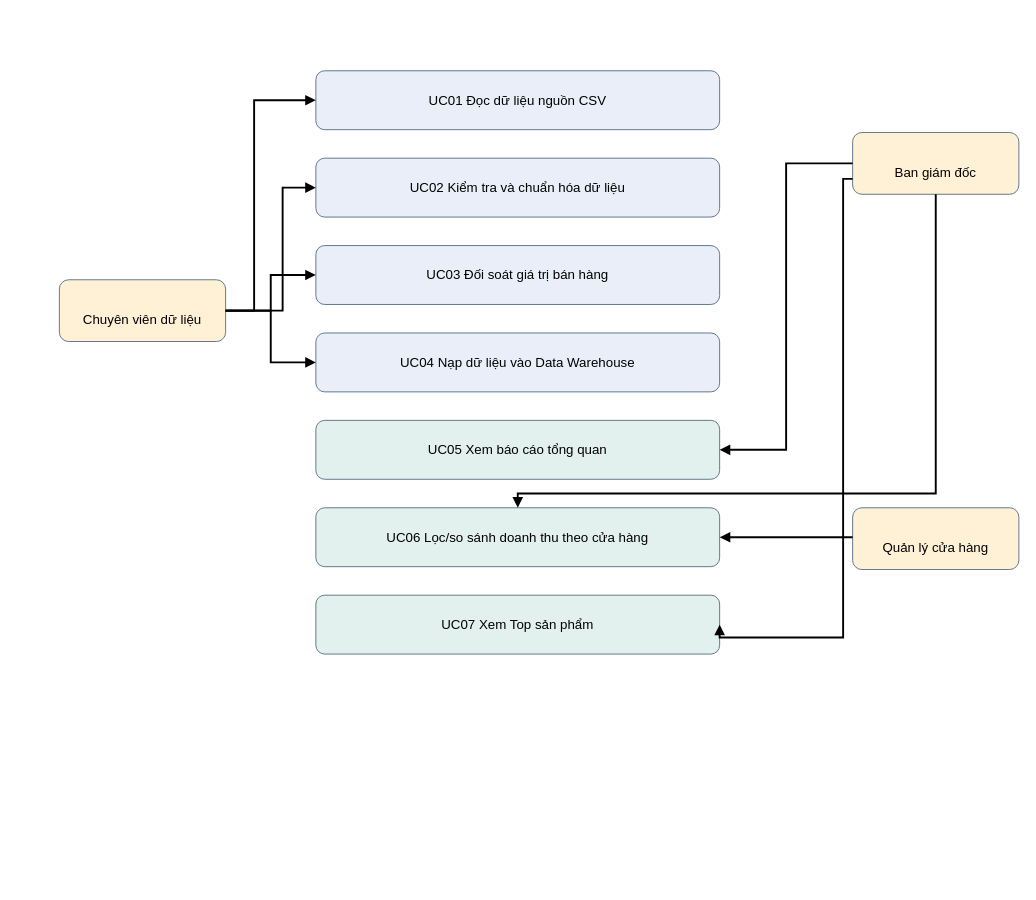
This is docs/usecase.drawio from legiahuy12052005nt-cloud/cdtn1_LeGiaHuy_L6, a draw.io file, before an edit. Source tidied: cells renumbered, new cells numbered last; positions are measured from the earlier drawing's top-left corner, leaving out a move shared by most shapes. Both pictures are drawn from the tidied source at 95%, with x=0, y=0 at pixel (59, 70).
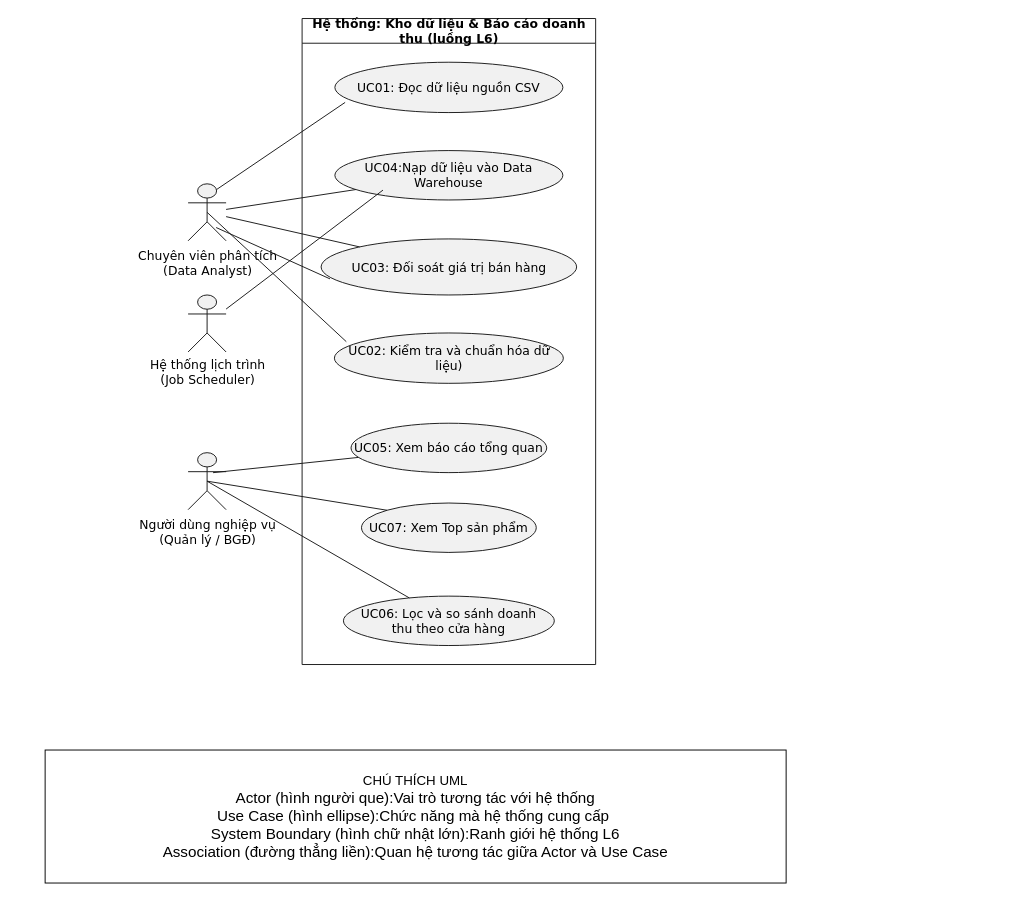
After the change.

Commit message (it also covers changes not shown here):
docs: Hoàn thiện sơ đồ Star Schema, Use Case và Data Flow theo góp ý giảng viên

Diff of the diagram source:
```diff
@@
-    <mxCell id="2" value="&lt;br&gt;Chuyên viên dữ liệu" style="rounded=1;whiteSpace=wrap;html=1;fillColor=#fff1d6;strokeColor=#5e7386;fontSize=14;align=center;verticalAlign=middle;" parent="1" vertex="1">
-      <mxGeometry y="220" width="175" height="65" as="geometry" />
-    </mxCell>
-    <mxCell id="3" value="&lt;br&gt;Ban giám đốc" style="rounded=1;whiteSpace=wrap;html=1;fillColor=#fff1d6;strokeColor=#5e7386;fontSize=14;align=center;verticalAlign=middle;" parent="1" vertex="1">
-      <mxGeometry x="835" y="65" width="175" height="65" as="geometry" />
-    </mxCell>
-    <mxCell id="4" value="&lt;br&gt;Quản lý cửa hàng" style="rounded=1;whiteSpace=wrap;html=1;fillColor=#fff1d6;strokeColor=#5e7386;fontSize=14;align=center;verticalAlign=middle;" parent="1" vertex="1">
-      <mxGeometry x="835" y="460" width="175" height="65" as="geometry" />
-    </mxCell>
-    <mxCell id="5" value="UC01 Đọc dữ liệu nguồn CSV" style="rounded=1;whiteSpace=wrap;html=1;fillColor=#e9eef8;strokeColor=#5e7386;fontSize=14;align=center;verticalAlign=middle;" parent="1" vertex="1">
-      <mxGeometry x="270" width="425" height="62" as="geometry" />
-    </mxCell>
-    <mxCell id="6" value="UC02 Kiểm tra và chuẩn hóa dữ liệu" style="rounded=1;whiteSpace=wrap;html=1;fillColor=#e9eef8;strokeColor=#5e7386;fontSize=14;align=center;verticalAlign=middle;" parent="1" vertex="1">
-      <mxGeometry x="270" y="92" width="425" height="62" as="geometry" />
-    </mxCell>
-    <mxCell id="7" value="UC03 Đối soát giá trị bán hàng" style="rounded=1;whiteSpace=wrap;html=1;fillColor=#e9eef8;strokeColor=#5e7386;fontSize=14;align=center;verticalAlign=middle;" parent="1" vertex="1">
-      <mxGeometry x="270" y="184" width="425" height="62" as="geometry" />
-    </mxCell>
-    <mxCell id="8" value="UC04 Nạp dữ liệu vào Data Warehouse" style="rounded=1;whiteSpace=wrap;html=1;fillColor=#e9eef8;strokeColor=#5e7386;fontSize=14;align=center;verticalAlign=middle;" parent="1" vertex="1">
-      <mxGeometry x="270" y="276" width="425" height="62" as="geometry" />
-    </mxCell>
-    <mxCell id="9" value="UC05 Xem báo cáo tổng quan" style="rounded=1;whiteSpace=wrap;html=1;fillColor=#e2f1ed;strokeColor=#5e7386;fontSize=14;align=center;verticalAlign=middle;" parent="1" vertex="1">
-      <mxGeometry x="270" y="368" width="425" height="62" as="geometry" />
-    </mxCell>
-    <mxCell id="10" value="UC06 Lọc/so sánh doanh thu theo cửa hàng" style="rounded=1;whiteSpace=wrap;html=1;fillColor=#e2f1ed;strokeColor=#5e7386;fontSize=14;align=center;verticalAlign=middle;" parent="1" vertex="1">
-      <mxGeometry x="270" y="460" width="425" height="62" as="geometry" />
-    </mxCell>
-    <mxCell id="11" value="UC07 Xem Top sản phẩm" style="rounded=1;whiteSpace=wrap;html=1;fillColor=#e2f1ed;strokeColor=#5e7386;fontSize=14;align=center;verticalAlign=middle;" parent="1" vertex="1">
-      <mxGeometry x="270" y="552" width="425" height="62" as="geometry" />
-    </mxCell>
-    <mxCell id="12" style="endArrow=block;html=1;rounded=0;strokeWidth=2;edgeStyle=orthogonalEdgeStyle;fontSize=11;" parent="1" edge="1" source="2" target="5">
-      <mxGeometry relative="1" as="geometry">
-        <Array as="points">
-          <mxPoint x="205" y="252.5" />
-          <mxPoint x="205" y="31" />
-        </Array>
-      </mxGeometry>
-    </mxCell>
-    <mxCell id="13" style="endArrow=block;html=1;rounded=0;strokeWidth=2;edgeStyle=orthogonalEdgeStyle;fontSize=11;" parent="1" edge="1" source="2" target="6">
-      <mxGeometry relative="1" as="geometry">
-        <Array as="points">
-          <mxPoint x="235" y="252.5" />
-          <mxPoint x="235" y="123" />
-        </Array>
-      </mxGeometry>
-    </mxCell>
-    <mxCell id="14" style="endArrow=block;html=1;rounded=0;strokeWidth=2;edgeStyle=orthogonalEdgeStyle;fontSize=11;" parent="1" edge="1" source="2" target="7">
-      <mxGeometry relative="1" as="geometry" />
-    </mxCell>
-    <mxCell id="15" style="endArrow=block;html=1;rounded=0;strokeWidth=2;edgeStyle=orthogonalEdgeStyle;fontSize=11;" parent="1" edge="1" source="2" target="8">
-      <mxGeometry relative="1" as="geometry" />
-    </mxCell>
-    <mxCell id="16" style="endArrow=block;html=1;rounded=0;strokeWidth=2;edgeStyle=orthogonalEdgeStyle;fontSize=11;" parent="1" edge="1" source="3" target="9">
-      <mxGeometry relative="1" as="geometry">
-        <Array as="points">
-          <mxPoint x="765" y="97.5" />
-          <mxPoint x="765" y="399" />
-        </Array>
-      </mxGeometry>
-    </mxCell>
-    <mxCell id="17" style="endArrow=block;html=1;rounded=0;strokeWidth=2;edgeStyle=orthogonalEdgeStyle;fontSize=11;entryX=0.5;entryY=0;entryDx=0;entryDy=0;" parent="1" edge="1" source="3" target="10">
-      <mxGeometry x="0.13" relative="1" as="geometry">
-        <Array as="points">
-          <mxPoint x="922.5" y="445" />
-          <mxPoint x="482.5" y="445" />
-        </Array>
-      </mxGeometry>
-    </mxCell>
-    <mxCell id="18" style="endArrow=block;html=1;rounded=0;strokeWidth=2;edgeStyle=orthogonalEdgeStyle;fontSize=11;" parent="1" edge="1" source="4" target="10">
-      <mxGeometry relative="1" as="geometry">
-        <Array as="points">
-          <mxPoint x="765" y="491" />
-          <mxPoint x="765" y="491" />
-        </Array>
-      </mxGeometry>
-    </mxCell>
-    <mxCell id="19" style="endArrow=block;html=1;rounded=0;strokeWidth=2;edgeStyle=orthogonalEdgeStyle;fontSize=11;entryX=1;entryY=0.5;entryDx=0;entryDy=0;exitX=0;exitY=0.75;exitDx=0;exitDy=0;" parent="1" edge="1" source="3" target="11">
-      <mxGeometry x="0.07" relative="1" as="geometry">
-        <Array as="points">
-          <mxPoint x="825" y="113.8" />
-          <mxPoint x="825" y="596.5" />
-          <mxPoint x="695" y="596.5" />
-        </Array>
-      </mxGeometry>
-    </mxCell>
+    <mxCell id="20" style="group;transparentBounds=1;editIcon=1;lockedGroup=0;groupPadding=10;" parent="1" vertex="1">
+      <mxGeometry x="-45" y="-35" as="geometry" />
+    </mxCell>
+    <mxCell id="21" value="Hệ thống: Kho dữ liệu &amp; Báo cáo doanh thu (luồng L6)" style="swimlane;startSize=26;fillColor=none;strokeColor=#181818;fontColor=#000000;fontSize=13;fontStyle=1;whiteSpace=wrap;fontFamily=DejaVu Sans;" parent="20" vertex="1">
+      <mxGeometry x="300.5" y="-20" width="309" height="680" as="geometry" />
+    </mxCell>
+    <mxCell id="22" value="UC01: Đọc dữ liệu nguồn CSV" style="ellipse;html=1;fillColor=#F1F1F1;strokeColor=#181818;whiteSpace=wrap;fontColor=#000000;fontSize=13;fontFamily=DejaVu Sans;" parent="21" vertex="1">
+      <mxGeometry x="34.5" y="46" width="240" height="53" as="geometry" />
+    </mxCell>
+    <mxCell id="23" value="UC04:Nạp dữ liệu vào Data Warehouse" style="ellipse;html=1;fillColor=#F1F1F1;strokeColor=#181818;whiteSpace=wrap;fontColor=#000000;fontSize=13;fontFamily=DejaVu Sans;" parent="21" vertex="1">
+      <mxGeometry x="34.5" y="139" width="240" height="52" as="geometry" />
+    </mxCell>
+    <mxCell id="24" value="UC03: Đối soát giá trị bán hàng" style="ellipse;html=1;fillColor=#F1F1F1;strokeColor=#181818;whiteSpace=wrap;fontColor=#000000;fontSize=13;fontFamily=DejaVu Sans;" parent="21" vertex="1">
+      <mxGeometry x="20" y="232" width="269" height="59" as="geometry" />
+    </mxCell>
+    <mxCell id="25" value="UC02: Kiểm tra và chuẩn hóa dữ liệu)" style="ellipse;html=1;fillColor=#F1F1F1;strokeColor=#181818;whiteSpace=wrap;fontColor=#000000;fontSize=13;fontFamily=DejaVu Sans;" parent="21" vertex="1">
+      <mxGeometry x="34" y="331" width="241" height="53" as="geometry" />
+    </mxCell>
+    <mxCell id="26" value="UC05: Xem báo cáo tổng quan" style="ellipse;html=1;fillColor=#F1F1F1;strokeColor=#181818;whiteSpace=wrap;fontColor=#000000;fontSize=13;fontFamily=DejaVu Sans;" parent="21" vertex="1">
+      <mxGeometry x="51.5" y="426" width="206" height="52" as="geometry" />
+    </mxCell>
+    <mxCell id="27" value="UC07: Xem Top sản phẩm" style="ellipse;html=1;fillColor=#F1F1F1;strokeColor=#181818;whiteSpace=wrap;fontColor=#000000;fontSize=13;fontFamily=DejaVu Sans;" parent="21" vertex="1">
+      <mxGeometry x="62.5" y="510" width="184" height="52" as="geometry" />
+    </mxCell>
+    <mxCell id="28" value="UC06: Lọc và so sánh doanh &lt;br&gt;thu theo cửa hàng" style="ellipse;html=1;fillColor=#F1F1F1;strokeColor=#181818;whiteSpace=wrap;fontColor=#000000;fontSize=13;fontFamily=DejaVu Sans;" parent="21" vertex="1">
+      <mxGeometry x="43.5" y="608" width="222" height="52" as="geometry" />
+    </mxCell>
+    <mxCell id="29" style="shape=umlActor;html=1;fillColor=#F1F1F1;strokeColor=#181818;fontColor=#000000;fontSize=13;fontFamily=DejaVu Sans;" parent="20" vertex="1">
+      <mxGeometry x="180.5" y="154" width="40" height="60" as="geometry" />
+    </mxCell>
+    <mxCell id="30" value="Chuyên viên phân tích&#10;(Data Analyst)" style="text;html=1;align=center;verticalAlign=top;fontColor=#000000;fontSize=13;fontFamily=DejaVu Sans;" parent="20" vertex="1">
+      <mxGeometry x="60" y="216" width="281" height="17" as="geometry" />
+    </mxCell>
+    <mxCell id="31" style="shape=umlActor;html=1;fillColor=#F1F1F1;strokeColor=#181818;fontColor=#000000;fontSize=13;fontFamily=DejaVu Sans;" parent="20" vertex="1">
+      <mxGeometry x="180.5" y="271" width="40" height="60" as="geometry" />
+    </mxCell>
+    <mxCell id="32" value="Hệ thống lịch trình&#10;(Job Scheduler)" style="text;html=1;align=center;verticalAlign=top;fontColor=#000000;fontSize=13;fontFamily=DejaVu Sans;" parent="20" vertex="1">
+      <mxGeometry x="64" y="330" width="273" height="17" as="geometry" />
+    </mxCell>
+    <mxCell id="33" style="shape=umlActor;html=1;fillColor=#F1F1F1;strokeColor=#181818;fontColor=#000000;fontSize=13;fontFamily=DejaVu Sans;" parent="20" vertex="1">
+      <mxGeometry x="180.5" y="437" width="40" height="60" as="geometry" />
+    </mxCell>
+    <mxCell id="34" value="Người dùng nghiệp vụ&#10;(Quản lý / BGĐ)" style="text;html=1;align=center;verticalAlign=top;fontColor=#000000;fontSize=13;fontFamily=DejaVu Sans;" parent="20" vertex="1">
+      <mxGeometry x="60" y="499" width="281" height="17" as="geometry" />
+    </mxCell>
+    <mxCell id="35" style="endArrow=none;strokeColor=#181818;fontColor=#000000;fontSize=13;edgeStyle=none;rounded=0;html=1;fontFamily=DejaVu Sans;curved=0;endSize=6;sourcePerimeterSpacing=0;targetPerimeterSpacing=0;" parent="20" edge="1" source="29" target="24">
+      <mxGeometry relative="1" as="geometry" />
+    </mxCell>
+    <mxCell id="36" style="endArrow=none;strokeColor=#181818;fontColor=#000000;fontSize=13;edgeStyle=none;rounded=0;html=1;fontFamily=DejaVu Sans;curved=0;endSize=6;sourcePerimeterSpacing=0;targetPerimeterSpacing=0;" parent="20" edge="1" source="29" target="23">
+      <mxGeometry relative="1" as="geometry" />
+    </mxCell>
+    <mxCell id="37" style="endArrow=none;strokeColor=#181818;fontColor=#000000;fontSize=13;edgeStyle=none;rounded=0;html=1;fontFamily=DejaVu Sans;curved=0;endSize=6;sourcePerimeterSpacing=0;targetPerimeterSpacing=0;entryX=0.211;entryY=0.8;entryDx=0;entryDy=0;entryPerimeter=0;" parent="20" edge="1" source="31" target="23">
+      <mxGeometry relative="1" as="geometry" />
+    </mxCell>
+    <mxCell id="38" style="endArrow=none;strokeColor=#181818;fontColor=#000000;fontSize=13;edgeStyle=none;rounded=0;html=1;fontFamily=DejaVu Sans;curved=0;endSize=6;sourcePerimeterSpacing=0;targetPerimeterSpacing=0;exitX=0.656;exitY=0.351;exitDx=0;exitDy=0;exitPerimeter=0;" parent="20" edge="1" source="33" target="26">
+      <mxGeometry relative="1" as="geometry" />
+    </mxCell>
+    <mxCell id="39" style="endArrow=none;strokeColor=#181818;fontColor=#000000;fontSize=13;edgeStyle=none;rounded=0;html=1;fontFamily=DejaVu Sans;curved=0;endSize=6;sourcePerimeterSpacing=0;targetPerimeterSpacing=0;entryX=0;entryY=0;entryDx=0;entryDy=0;exitX=0.5;exitY=0.5;exitDx=0;exitDy=0;exitPerimeter=0;" parent="20" edge="1" source="33" target="27">
+      <mxGeometry relative="1" as="geometry" />
+    </mxCell>
+    <mxCell id="40" style="endArrow=none;strokeColor=#181818;fontColor=#000000;fontSize=13;edgeStyle=none;rounded=0;html=1;fontFamily=DejaVu Sans;curved=0;endSize=6;sourcePerimeterSpacing=0;targetPerimeterSpacing=0;exitX=0.75;exitY=0.1;exitDx=0;exitDy=0;exitPerimeter=0;entryX=0.045;entryY=0.798;entryDx=0;entryDy=0;entryPerimeter=0;" parent="20" edge="1" source="29" target="22">
+      <mxGeometry relative="1" as="geometry" />
+    </mxCell>
+    <mxCell id="41" style="endArrow=none;strokeColor=#181818;fontColor=#000000;fontSize=13;edgeStyle=none;rounded=0;html=1;fontFamily=DejaVu Sans;curved=0;endSize=6;sourcePerimeterSpacing=0;targetPerimeterSpacing=0;exitX=0.5;exitY=0.5;exitDx=0;exitDy=0;exitPerimeter=0;entryX=0.052;entryY=0.173;entryDx=0;entryDy=0;entryPerimeter=0;" parent="20" edge="1" source="29" target="25">
+      <mxGeometry relative="1" as="geometry" />
+    </mxCell>
+    <mxCell id="42" style="endArrow=none;strokeColor=#181818;fontColor=#000000;fontSize=13;edgeStyle=none;rounded=0;html=1;fontFamily=DejaVu Sans;curved=0;endSize=6;sourcePerimeterSpacing=0;targetPerimeterSpacing=0;exitX=0.5;exitY=0.5;exitDx=0;exitDy=0;exitPerimeter=0;" parent="20" edge="1" source="33" target="28">
+      <mxGeometry relative="1" as="geometry" />
+    </mxCell>
+    <mxCell id="43" style="endArrow=none;strokeColor=#181818;fontColor=#000000;fontSize=13;edgeStyle=none;rounded=0;html=1;fontFamily=DejaVu Sans;curved=0;endSize=6;sourcePerimeterSpacing=0;targetPerimeterSpacing=0;entryX=0.035;entryY=0.713;entryDx=0;entryDy=0;entryPerimeter=0;" parent="1" edge="1" target="24">
+      <mxGeometry relative="1" as="geometry">
+        <mxPoint x="165" y="165" as="sourcePoint" />
+      </mxGeometry>
+    </mxCell>
+    <mxCell id="44" value="&lt;font style=&quot;font-size: 14px;&quot;&gt;CHÚ THÍCH UML&lt;/font&gt;&lt;div&gt;&lt;font size=&quot;3&quot;&gt;Actor (hình người que):Vai trò tương tác với hệ thống&lt;/font&gt;&lt;/div&gt;&lt;div&gt;&lt;font size=&quot;3&quot;&gt;Use Case (hình ellipse):Chức năng mà hệ thống cung cấp&amp;nbsp;&lt;/font&gt;&lt;/div&gt;&lt;div&gt;&lt;font size=&quot;3&quot;&gt;System Boundary (hình chữ nhật lớn):Ranh giới hệ thống L6&lt;/font&gt;&lt;/div&gt;&lt;div&gt;&lt;font size=&quot;3&quot;&gt;Association (đường thẳng liền):Quan hệ tương tác giữa Actor và Use Case&lt;/font&gt;&lt;/div&gt;" style="whiteSpace=wrap;html=1;" parent="1" vertex="1">
+      <mxGeometry x="-15" y="715" width="780" height="140" as="geometry" />
+    </mxCell>
```
